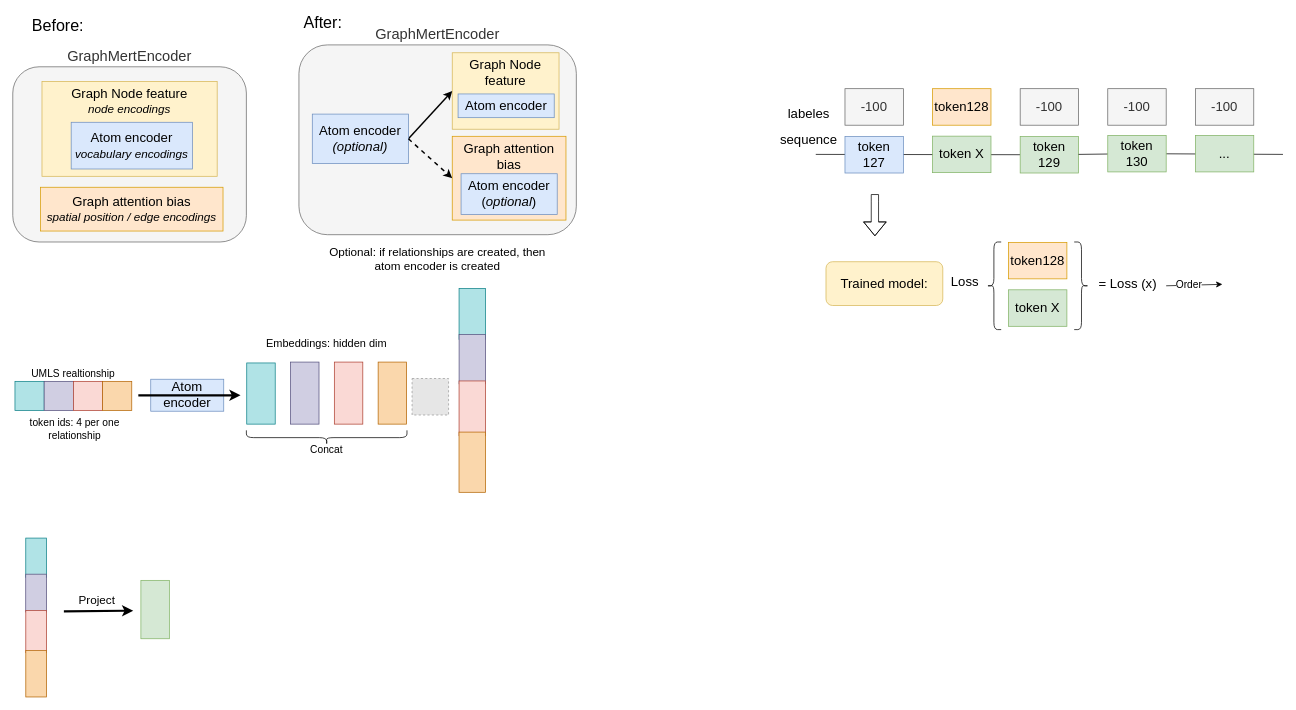
This is page "Page-1" (1 of 2) of presentations/Untitled Diagram.drawio from across-stars/draw.io, a draw.io file, before an edit. Source tidied: cells renumbered, new cells numbered last; positions are measured from the earlier drawing's top-left corner, leaving out a move shared by most shapes. Both pictures are drawn from the tidied source at 73%, with x=0, y=0 at pixel (12, 12). Pictures stored in the file or linked from it are replaced by grey dashed boxes.
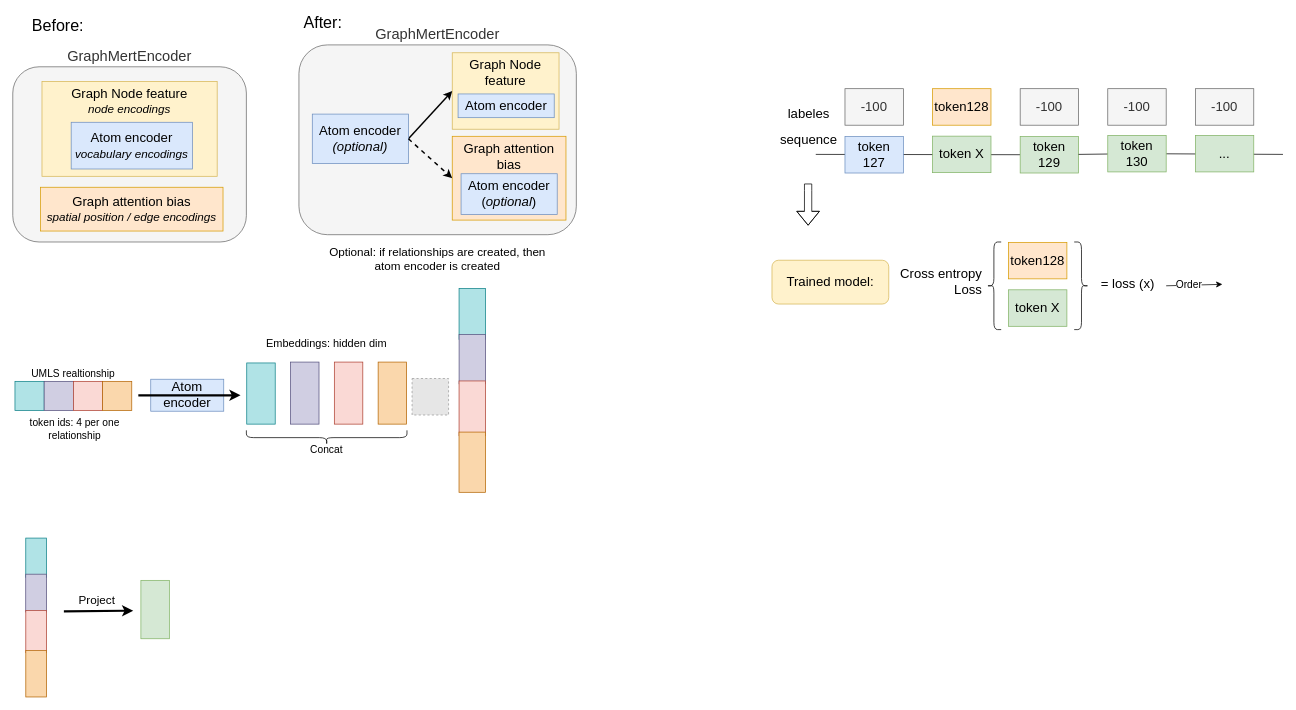
The same page after the edit.

Diff of the diagram source:
```diff
@@
     <mxCell id="64" value="&lt;font style=&quot;font-size: 18px;&quot;&gt;Trained model:&lt;/font&gt;" style="rounded=1;whiteSpace=wrap;html=1;fillColor=#fff2cc;strokeColor=#d6b656;" parent="1" vertex="1">
-      <mxGeometry x="1114" y="341" width="160" height="60" as="geometry" />
+      <mxGeometry x="1040" y="339" width="160" height="60" as="geometry" />
     </mxCell>
     <mxCell id="65" style="shape=flexArrow;endArrow=classic;html=1;rounded=0;" parent="1" edge="1">
       <mxGeometry relative="1" as="geometry">
-        <mxPoint x="1181" y="248.5" as="sourcePoint" />
-        <mxPoint x="1181" y="306" as="targetPoint" />
+        <mxPoint x="1089.5" y="234" as="sourcePoint" />
+        <mxPoint x="1089.5" y="291.5" as="targetPoint" />
         <Array as="points">
-          <mxPoint x="1181" y="258" />
+          <mxPoint x="1089.5" y="243.5" />
         </Array>
       </mxGeometry>
     </mxCell>
@@
-    <mxCell id="68" value="&lt;font style=&quot;font-size: 18px;&quot;&gt;Loss&lt;/font&gt;" style="text;html=1;align=center;verticalAlign=middle;strokeColor=none;fillColor=none;" parent="1" vertex="1">
-      <mxGeometry x="1274" y="354" width="60" height="30" as="geometry" />
+    <mxCell id="68" value="&lt;font style=&quot;font-size: 18px;&quot;&gt;Cross entropy&amp;nbsp;&lt;/font&gt;&lt;div&gt;&lt;font style=&quot;font-size: 18px;&quot;&gt;Loss&amp;nbsp;&lt;/font&gt;&lt;/div&gt;" style="text;html=1;align=right;verticalAlign=middle;strokeColor=none;fillColor=none;" parent="1" vertex="1">
+      <mxGeometry x="1194" y="339" width="140" height="60" as="geometry" />
     </mxCell>
-    <mxCell id="69" value="&lt;font style=&quot;font-size: 18px;&quot;&gt;= Loss (x)&lt;/font&gt;" style="text;html=1;align=center;verticalAlign=middle;strokeColor=none;fillColor=none;" parent="1" vertex="1">
+    <mxCell id="69" value="&lt;font style=&quot;font-size: 18px;&quot;&gt;= loss (x)&lt;/font&gt;" style="text;html=1;align=center;verticalAlign=middle;strokeColor=none;fillColor=none;" parent="1" vertex="1">
       <mxGeometry x="1477" y="356" width="100" height="30" as="geometry" />
     </mxCell>
```
